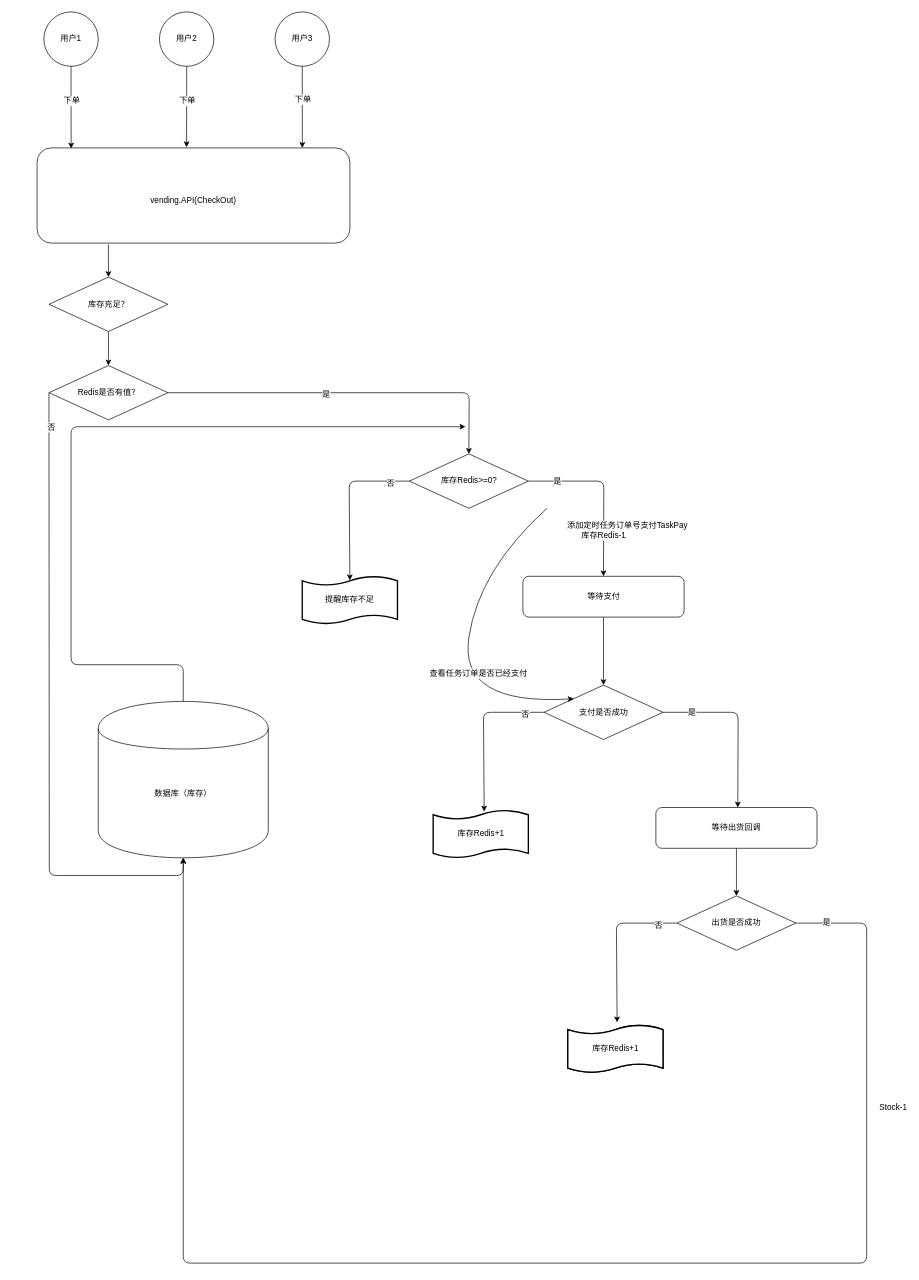
Earlier version of the draw.io diagram 未命名表单.drawio (moxixuan/aboutme). Source tidied: cells renumbered, new cells numbered last; positions are measured from the earlier drawing's top-left corner, leaving out a move shared by most shapes. Both pictures are drawn from the tidied source at 68%, with x=0, y=0 at pixel (37, 12).
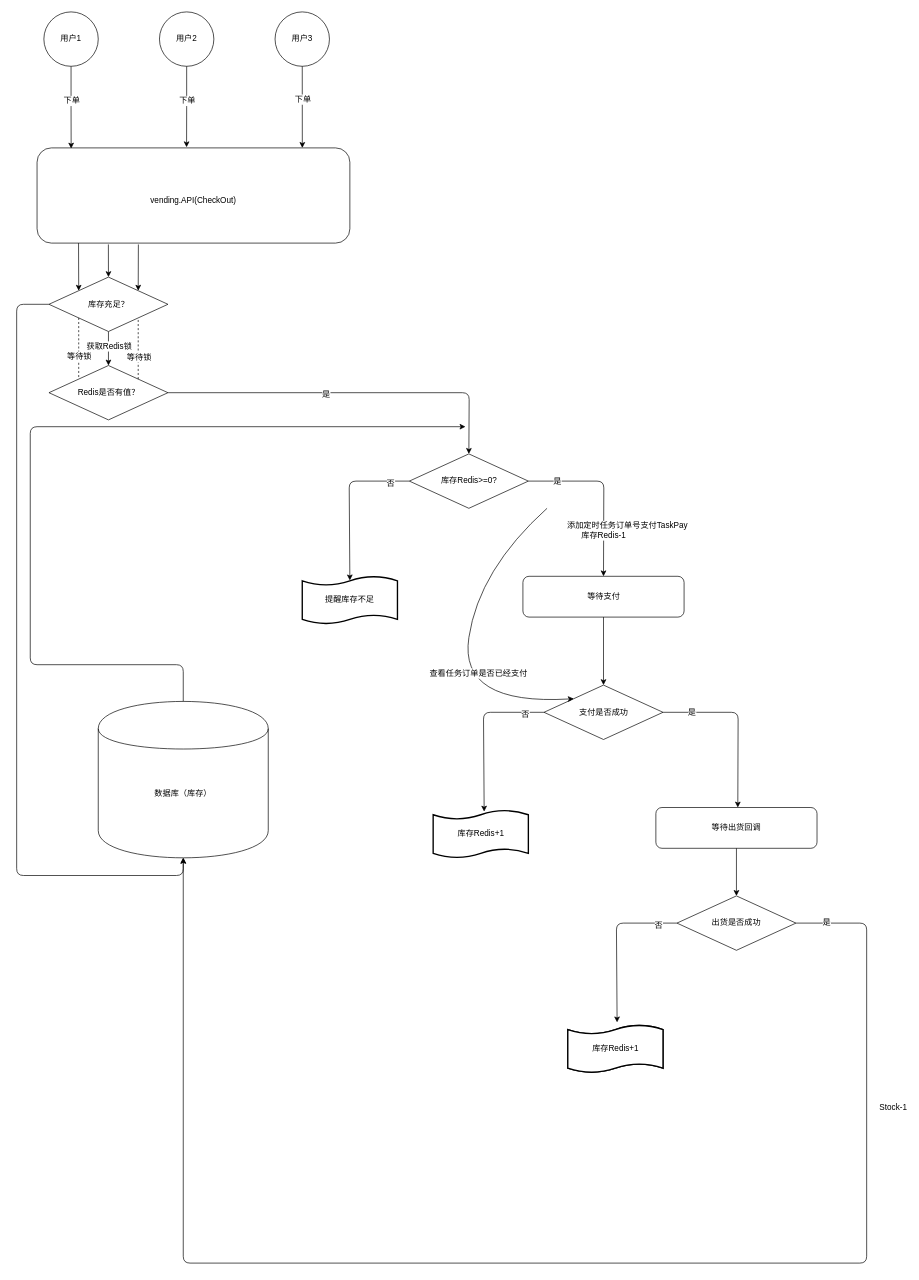
After the change.

Commit message:
下单库存处理流程.drawio

Unchanged cells that the change refers to:
```xml
<mxCell id="12" value="数据库（库存）" style="shape=cylinder;whiteSpace=wrap;html=1;boundedLbl=1;backgroundOutline=1;" parent="1" vertex="1">
  <mxGeometry x="90" y="1014" width="250" height="230" as="geometry" />
</mxCell>
<mxCell id="15" style="edgeStyle=orthogonalEdgeStyle;rounded=0;jettySize=auto;html=1;entryX=0.5;entryY=0;entryDx=0;entryDy=0;" parent="1" edge="1" source="16" target="17">
  <mxGeometry relative="1" as="geometry" />
</mxCell>
<mxCell id="16" value="库存充足？&lt;br&gt;" style="rhombus;whiteSpace=wrap;html=1;" parent="1" vertex="1">
  <mxGeometry x="17.5" y="390" width="175" height="80" as="geometry" />
</mxCell>
<mxCell id="17" value="Redis是否有值？" style="rhombus;whiteSpace=wrap;html=1;" parent="1" vertex="1">
  <mxGeometry x="17.5" y="520" width="175" height="80" as="geometry" />
</mxCell>
```

Diff of the diagram source:
```diff
@@
+    <mxCell id="50" value="获取Redis锁" style="text;html=1;align=center;verticalAlign=middle;labelBackgroundColor=#ffffff;" parent="15" vertex="1">
+      <mxGeometry x="0.22" relative="1" as="geometry">
+        <mxPoint y="-10" as="offset" />
+      </mxGeometry>
+    </mxCell>
@@
-    <mxCell id="19" style="endArrow=classic;html=1;exitX=0;exitY=0.5;exitDx=0;exitDy=0;entryX=0.5;entryY=1;entryDx=0;entryDy=0;" parent="1" edge="1" source="17" target="12">
+    <mxCell id="19" style="endArrow=classic;html=1;exitX=0;exitY=0.5;exitDx=0;exitDy=0;entryX=0.5;entryY=1;entryDx=0;entryDy=0;" parent="1" edge="1" source="16" target="12">
       <mxGeometry relative="1" as="geometry">
         <Array as="points">
-          <mxPoint x="18" y="1270" />
+          <mxPoint x="-30" y="430" />
+          <mxPoint x="-30" y="1270" />
           <mxPoint x="215" y="1270" />
         </Array>
       </mxGeometry>
     </mxCell>
-    <mxCell id="20" value="否" style="text;html=1;align=center;verticalAlign=middle;labelBackgroundColor=#ffffff;" parent="19" vertex="1">
-      <mxGeometry x="-0.89" y="3" relative="1" as="geometry" />
-    </mxCell>
     <mxCell id="21" style="endArrow=classic;html=1;exitX=0.5;exitY=0;exitDx=0;exitDy=0;" parent="1" edge="1" source="12">
       <mxGeometry relative="1" as="geometry">
         <mxPoint x="630" y="610" as="targetPoint" />
         <Array as="points">
           <mxPoint x="215" y="960" />
-          <mxPoint x="50" y="960" />
-          <mxPoint x="50" y="610" />
+          <mxPoint x="-10" y="960" />
+          <mxPoint x="-10" y="610" />
         </Array>
       </mxGeometry>
     </mxCell>
@@
+    <mxCell id="51" style="endArrow=classic;html=1;entryX=0;entryY=0;entryDx=0;entryDy=0;" parent="1" edge="1" target="16">
+      <mxGeometry relative="1" as="geometry">
+        <mxPoint x="61" y="340" as="sourcePoint" />
+      </mxGeometry>
+    </mxCell>
+    <mxCell id="52" style="endArrow=classic;html=1;entryX=1;entryY=0;entryDx=0;entryDy=0;" parent="1" edge="1" target="16">
+      <mxGeometry relative="1" as="geometry">
+        <mxPoint x="149" y="342" as="sourcePoint" />
+      </mxGeometry>
+    </mxCell>
+    <mxCell id="53" style="endArrow=none;dashed=1;html=1;exitX=0;exitY=1;exitDx=0;exitDy=0;entryX=0;entryY=0;entryDx=0;entryDy=0;" parent="1" edge="1" source="16" target="17">
+      <mxGeometry relative="1" as="geometry" />
+    </mxCell>
+    <mxCell id="54" value="等待锁" style="text;html=1;align=center;verticalAlign=middle;labelBackgroundColor=#ffffff;" parent="53" vertex="1">
+      <mxGeometry x="0.24" relative="1" as="geometry" />
+    </mxCell>
+    <mxCell id="55" style="endArrow=none;dashed=1;html=1;entryX=1;entryY=1;entryDx=0;entryDy=0;exitX=1;exitY=0;exitDx=0;exitDy=0;" parent="1" edge="1" source="17" target="16">
+      <mxGeometry relative="1" as="geometry" />
+    </mxCell>
+    <mxCell id="56" value="等待锁" style="text;html=1;align=center;verticalAlign=middle;labelBackgroundColor=#ffffff;" parent="55" vertex="1">
+      <mxGeometry x="-0.27" y="-1" relative="1" as="geometry" />
+    </mxCell>
```
